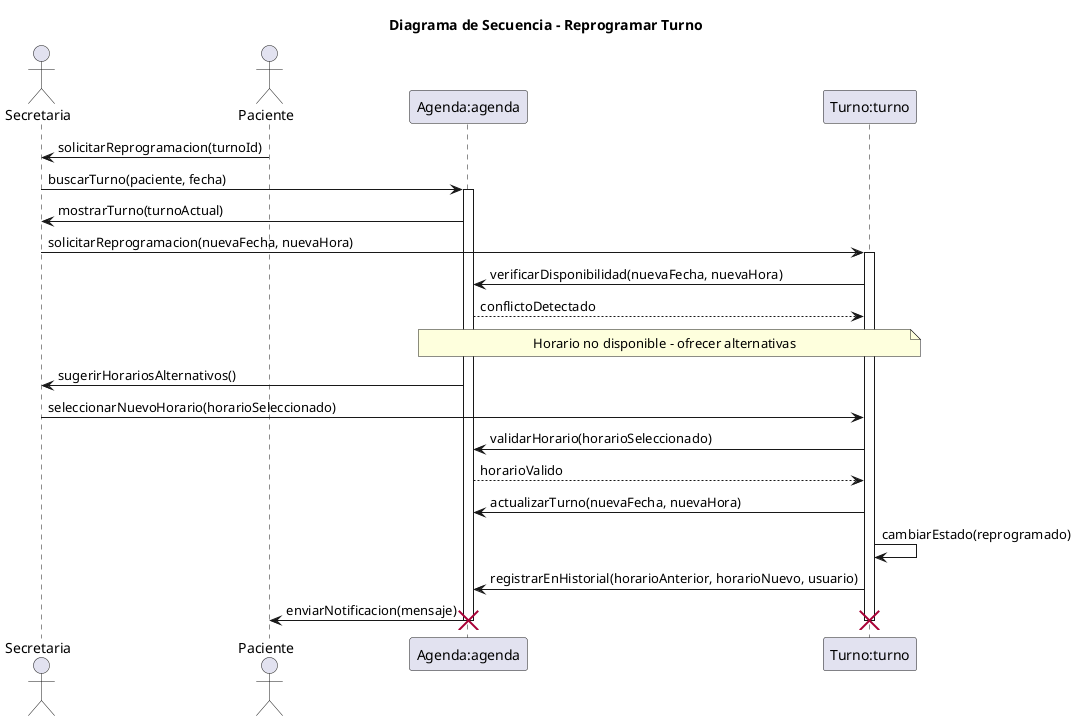
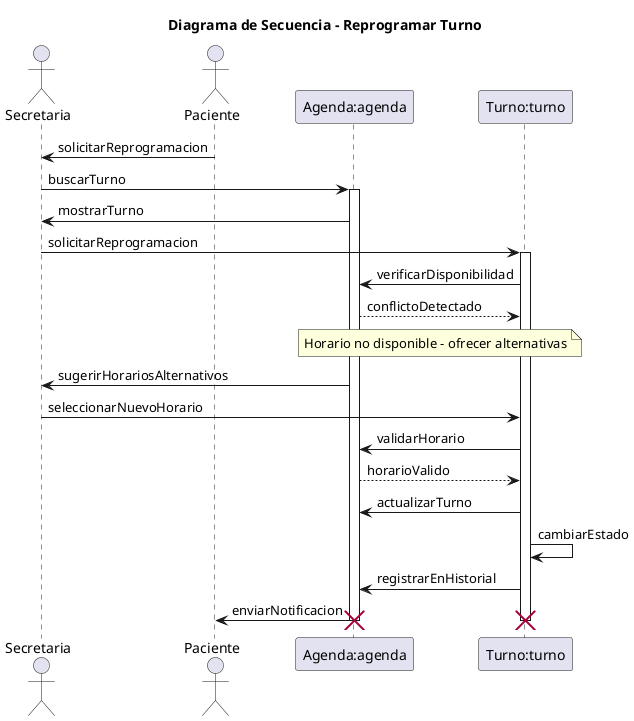
- @startuml 05-sequencia-reprogramar-turno-03
+ @startuml 05-secuencia-reprogramar-turno-03

title Diagrama de Secuencia - Reprogramar Turno
' Nombre del escenario: Reprogramar Turno - Flujo Alterno
' Archivo: diagramas/03-escenarios-casos-de-uso/03-reprogramar-turno-flujo-alterno.md
' Objetivo: Representar la reprogramación de un turno por conflicto de horario, involucrando secretaria, paciente y sistema, basado en responsabilidades de CRC (Secretaria gestiona turnos, Turno reprograma, Agenda verifica disponibilidad).

actor Secretaria as secretaria
actor Paciente as paciente
participant "Agenda:agenda" as agenda
participant "Turno:turno" as turno

- paciente -> secretaria: solicitarReprogramacion(turnoId)
+ paciente -> secretaria: solicitarReprogramacion

- secretaria -> agenda: buscarTurno(paciente, fecha)
+ secretaria -> agenda: buscarTurno
activate agenda

- agenda -> secretaria: mostrarTurno(turnoActual)
+ agenda -> secretaria: mostrarTurno

- secretaria -> turno: solicitarReprogramacion(nuevaFecha, nuevaHora)
+ secretaria -> turno: solicitarReprogramacion
activate turno

- turno -> agenda: verificarDisponibilidad(nuevaFecha, nuevaHora)
+ turno -> agenda: verificarDisponibilidad
agenda --> turno: conflictoDetectado
note over agenda, turno : Horario no disponible - ofrecer alternativas

- agenda -> secretaria: sugerirHorariosAlternativos()
- secretaria -> turno: seleccionarNuevoHorario(horarioSeleccionado)
+ agenda -> secretaria: sugerirHorariosAlternativos
+ secretaria -> turno: seleccionarNuevoHorario

- turno -> agenda: validarHorario(horarioSeleccionado)
+ turno -> agenda: validarHorario
agenda --> turno: horarioValido
- turno -> agenda: actualizarTurno(nuevaFecha, nuevaHora)
- turno -> turno: cambiarEstado(reprogramado)
- turno -> agenda: registrarEnHistorial(horarioAnterior, horarioNuevo, usuario)
+ turno -> agenda: actualizarTurno
+ turno -> turno: cambiarEstado
+ turno -> agenda: registrarEnHistorial

- agenda -> paciente: enviarNotificacion(mensaje)
+ agenda -> paciente: enviarNotificacion

deactivate turno
deactivate agenda

destroy turno
destroy agenda

@enduml